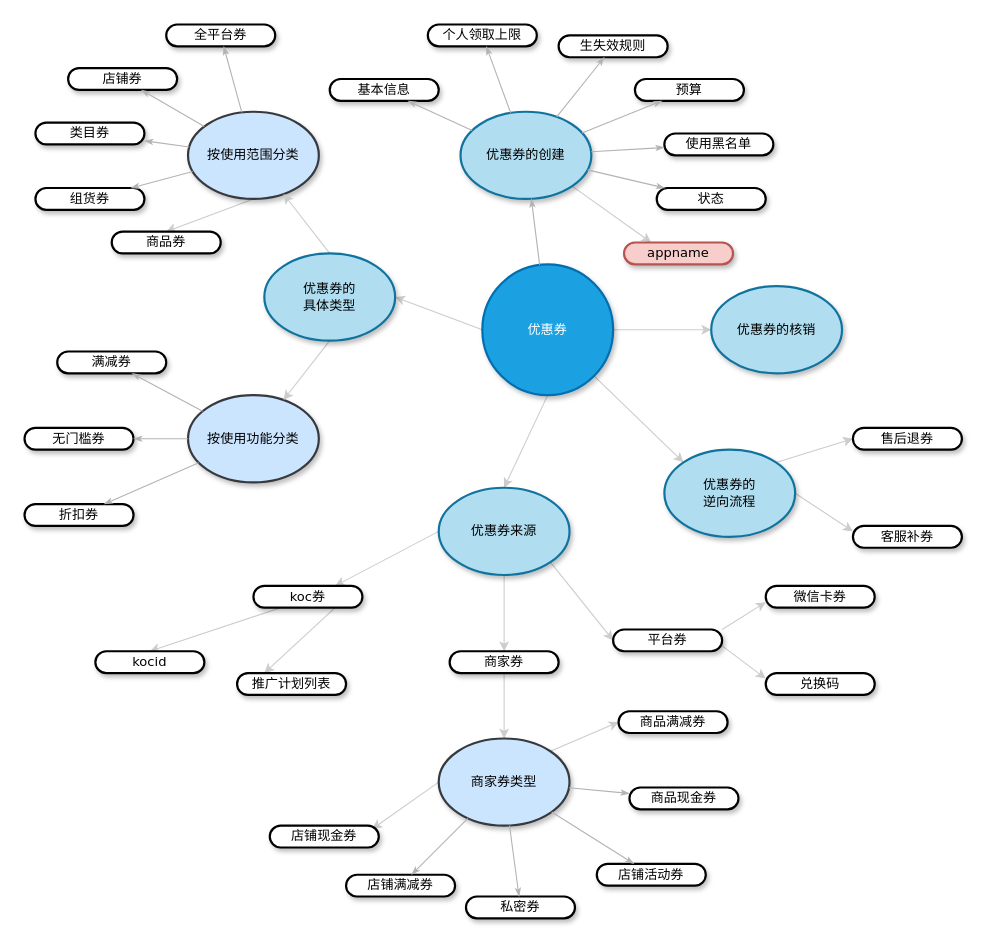
zengcrvip/basedemo keeps this draw.io diagram as page "Page-35" (19 of 30) of Untitled Diagram.drawio. Above is the earlier version. Source tidied: cells renumbered, new cells numbered last; positions are measured from the earlier drawing's top-left corner, leaving out a move shared by most shapes. Both pictures are drawn from the tidied source at 109%, with x=0, y=0 at pixel (24, 24).
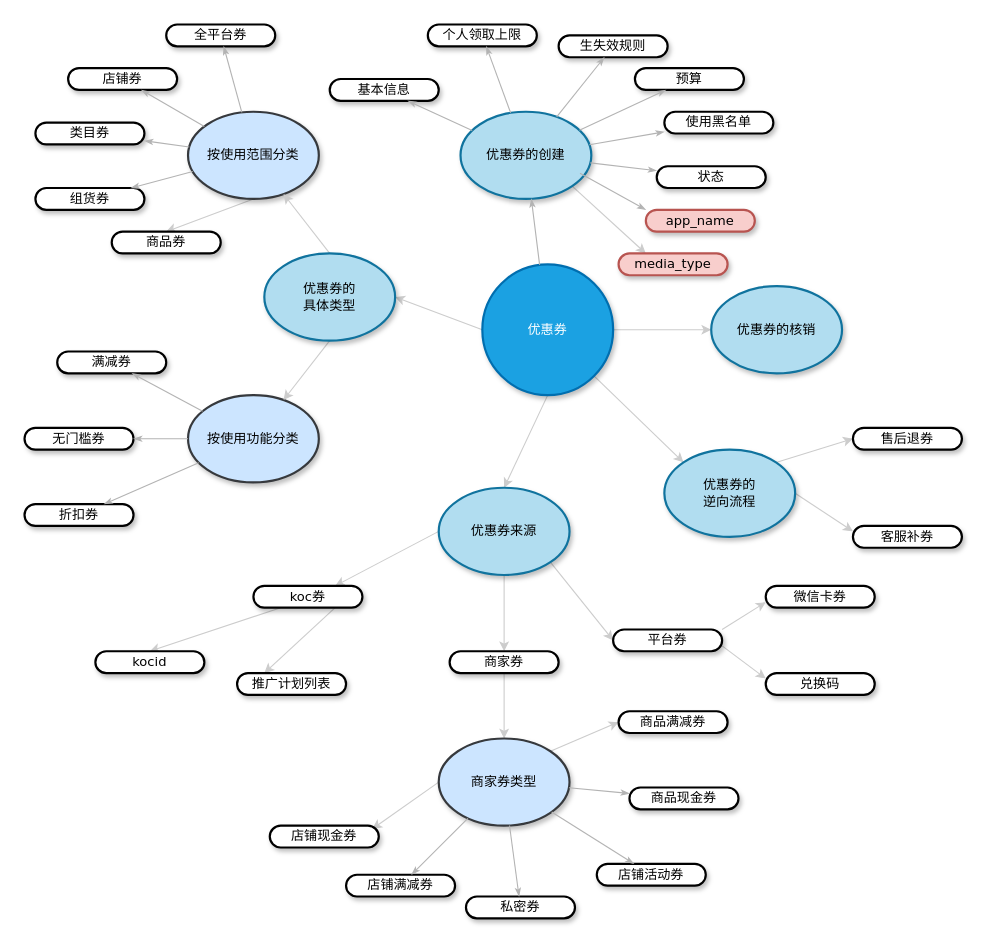
After the change.

Change to the diagram source:
```diff
@@
     <mxCell id="27" value="&lt;span&gt;预算&lt;/span&gt;" style="whiteSpace=wrap;html=1;rounded=1;shadow=1;comic=0;labelBackgroundColor=none;strokeWidth=2;fontFamily=Verdana;fontSize=12;align=center;arcSize=50;" parent="1" vertex="1">
-      <mxGeometry x="560" y="50" width="100" height="20" as="geometry" />
+      <mxGeometry x="560" y="40" width="100" height="20" as="geometry" />
     </mxCell>
     <mxCell id="28" value="&lt;span&gt;使用黑名单&lt;/span&gt;" style="whiteSpace=wrap;html=1;rounded=1;shadow=1;comic=0;labelBackgroundColor=none;strokeWidth=2;fontFamily=Verdana;fontSize=12;align=center;arcSize=50;" parent="1" vertex="1">
-      <mxGeometry x="587" y="100" width="100" height="20" as="geometry" />
+      <mxGeometry x="587" y="80" width="100" height="20" as="geometry" />
     </mxCell>
     <mxCell id="29" value="&lt;span&gt;状态&lt;/span&gt;" style="whiteSpace=wrap;html=1;rounded=1;shadow=1;comic=0;labelBackgroundColor=none;strokeWidth=2;fontFamily=Verdana;fontSize=12;align=center;arcSize=50;" parent="1" vertex="1">
-      <mxGeometry x="580" y="150" width="100" height="20" as="geometry" />
+      <mxGeometry x="580" y="130" width="100" height="20" as="geometry" />
     </mxCell>
@@
-    <mxCell id="77" value="&lt;span&gt;appname&lt;/span&gt;" style="whiteSpace=wrap;html=1;rounded=1;shadow=1;comic=0;labelBackgroundColor=none;strokeWidth=2;fontFamily=Verdana;fontSize=12;align=center;arcSize=50;fillColor=#f8cecc;strokeColor=#b85450;" parent="1" vertex="1">
-      <mxGeometry x="550" y="200" width="100" height="20" as="geometry" />
+    <mxCell id="77" value="&lt;span&gt;media_type&lt;/span&gt;" style="whiteSpace=wrap;html=1;rounded=1;shadow=1;comic=0;labelBackgroundColor=none;strokeWidth=2;fontFamily=Verdana;fontSize=12;align=center;arcSize=50;fillColor=#f8cecc;strokeColor=#b85450;" parent="1" vertex="1">
+      <mxGeometry x="545" y="210" width="100" height="20" as="geometry" />
     </mxCell>
@@
+    <mxCell id="79" style="edgeStyle=none;rounded=1;html=1;labelBackgroundColor=none;startArrow=none;startFill=0;startSize=5;endArrow=classicThin;endFill=1;endSize=5;jettySize=auto;orthogonalLoop=1;strokeColor=#B3B3B3;strokeWidth=1;fontFamily=Verdana;fontSize=12;" parent="1" edge="1">
+      <mxGeometry relative="1" as="geometry">
+        <mxPoint x="509.6" y="136.4" as="sourcePoint" />
+        <mxPoint x="570" y="170" as="targetPoint" />
+      </mxGeometry>
+    </mxCell>
+    <mxCell id="80" value="&lt;span&gt;app_name&lt;/span&gt;" style="whiteSpace=wrap;html=1;rounded=1;shadow=1;comic=0;labelBackgroundColor=none;strokeWidth=2;fontFamily=Verdana;fontSize=12;align=center;arcSize=50;fillColor=#f8cecc;strokeColor=#b85450;" parent="1" vertex="1">
+      <mxGeometry x="570" y="170" width="100" height="20" as="geometry" />
+    </mxCell>
```
